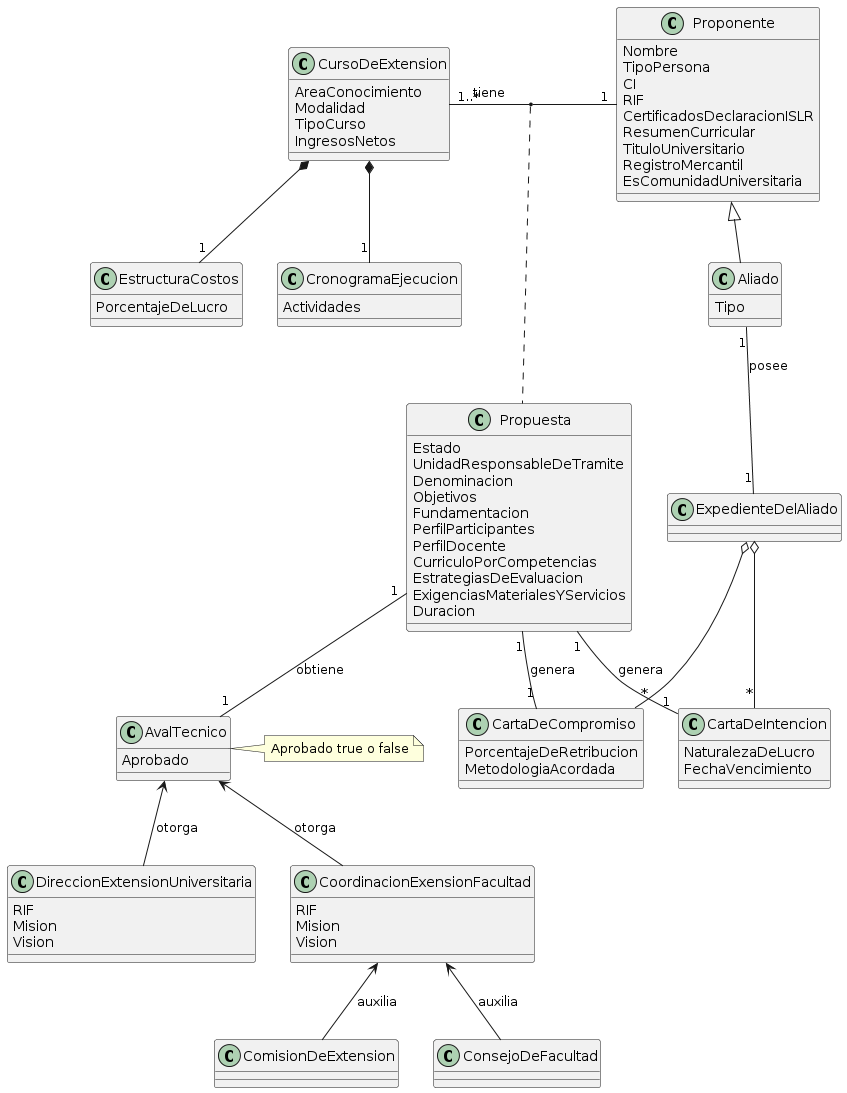
Above: docs/scenariosView/DiagramaDeClase.png in Samantha-Ramirez/ProyectoEquipo7ING (PlantUML), before the change. The source it was exported from:
```plantuml
@startuml
class DireccionExtensionUniversitaria {
  RIF
  Mision
  Vision
}

class CoordinacionExensionFacultad {
  RIF
  Mision
  Vision
}

class AvalTecnico {
  Aprobado
}

note right of AvalTecnico
  Aprobado true o false
end note

class CursoDeExtension {
  AreaConocimiento
  Modalidad
  TipoCurso
  IngresosNetos
}

class EstructuraCostos {
  PorcentajeDeLucro
}

class CronogramaEjecucion {
  Actividades
}

class Propuesta {
  Estado
  UnidadResponsableDeTramite
  Denominacion
  Objetivos
  Fundamentacion
  PerfilParticipantes
  PerfilDocente
  CurriculoPorCompetencias
  EstrategiasDeEvaluacion
  ExigenciasMaterialesYServicios
  Duracion
}

class Aliado {
  Tipo
}

class Proponente {
  Nombre
  TipoPersona
  CI
  RIF
  CertificadosDeclaracionISLR
  ResumenCurricular
  TituloUniversitario
  RegistroMercantil
  EsComunidadUniversitaria
}

class CartaDeIntencion {
  NaturalezaDeLucro
  FechaVencimiento
}

class CartaDeCompromiso {
  PorcentajeDeRetribucion
  MetodologiaAcordada
}

class ExpedienteDelAliado {
}

AvalTecnico <-- DireccionExtensionUniversitaria : otorga
AvalTecnico <-- CoordinacionExensionFacultad : otorga

CursoDeExtension *-- "1" CronogramaEjecucion
CursoDeExtension *-- "1" EstructuraCostos

Proponente <|-- Aliado

CursoDeExtension "1..*" - "1" Proponente : tiene
(CursoDeExtension , Proponente) .. Propuesta
Propuesta "1" -- "1" AvalTecnico : obtiene

ExpedienteDelAliado o-- "*" CartaDeIntencion
ExpedienteDelAliado o-- "*" CartaDeCompromiso
Aliado "1" -- "1" ExpedienteDelAliado : posee

Propuesta "1" -- "1" CartaDeIntencion : genera
Propuesta "1" -- "1" CartaDeCompromiso : genera

CoordinacionExensionFacultad <--  ComisionDeExtension : auxilia
CoordinacionExensionFacultad <--  ConsejoDeFacultad : auxilia
@enduml
```
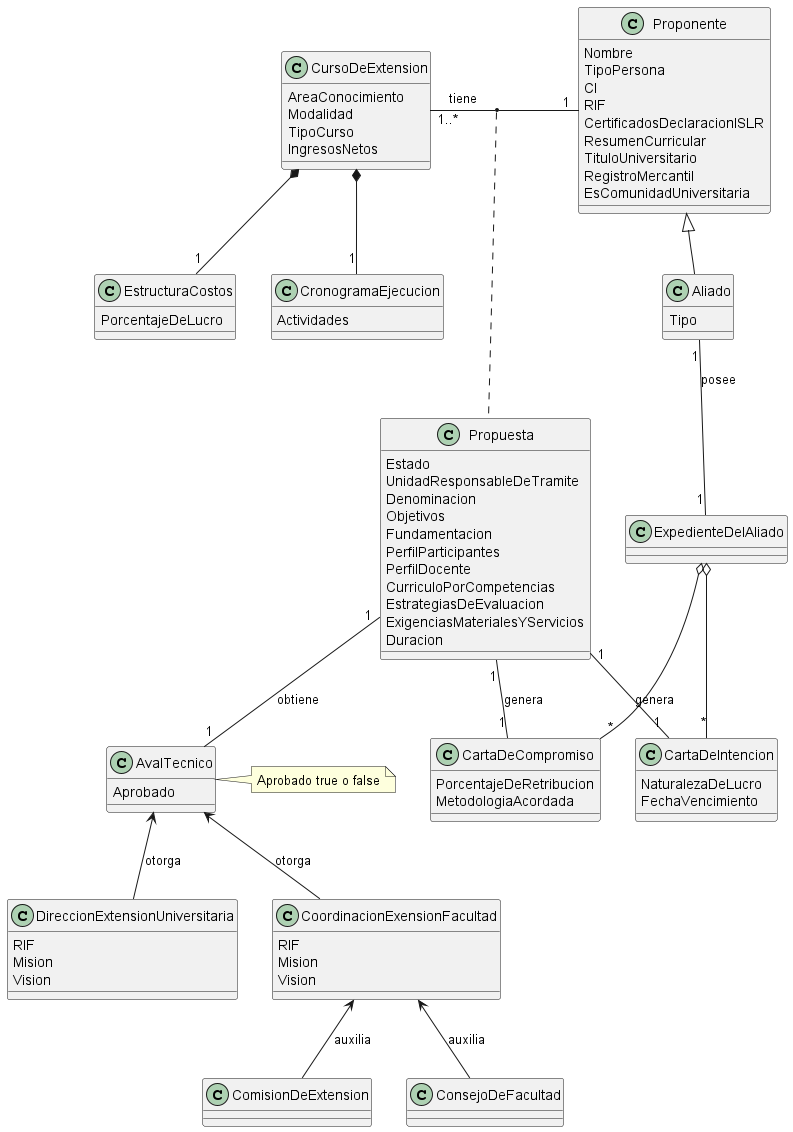
The same file after the commit.

The edit, as a diff of the source:
```diff
@@ -1,4 +1,4 @@
-@startuml
+@startuml DiagramaDeClase
 class DireccionExtensionUniversitaria {
   RIF
   Mision
```
